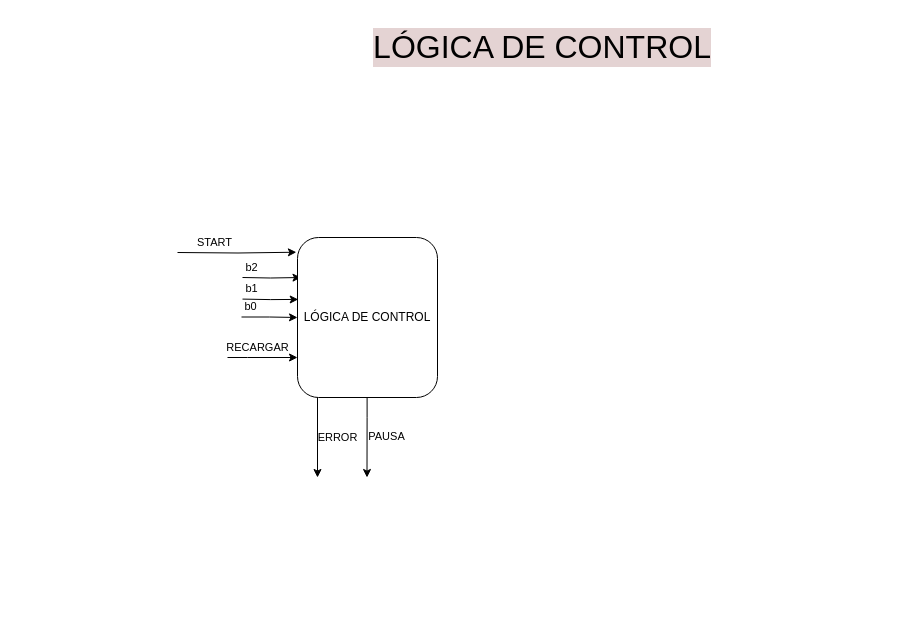
This is page "LógicaDeControl" (4 of 4) of Integrador/Integrador.drawio from albertinap/IDL, a draw.io file, before an edit. Source tidied: cells renumbered, new cells numbered last; positions are measured from the earlier drawing's top-left corner, leaving out a move shared by most shapes. Both pictures are drawn from the tidied source at 100%, with x=0, y=0 at pixel (177, 17).
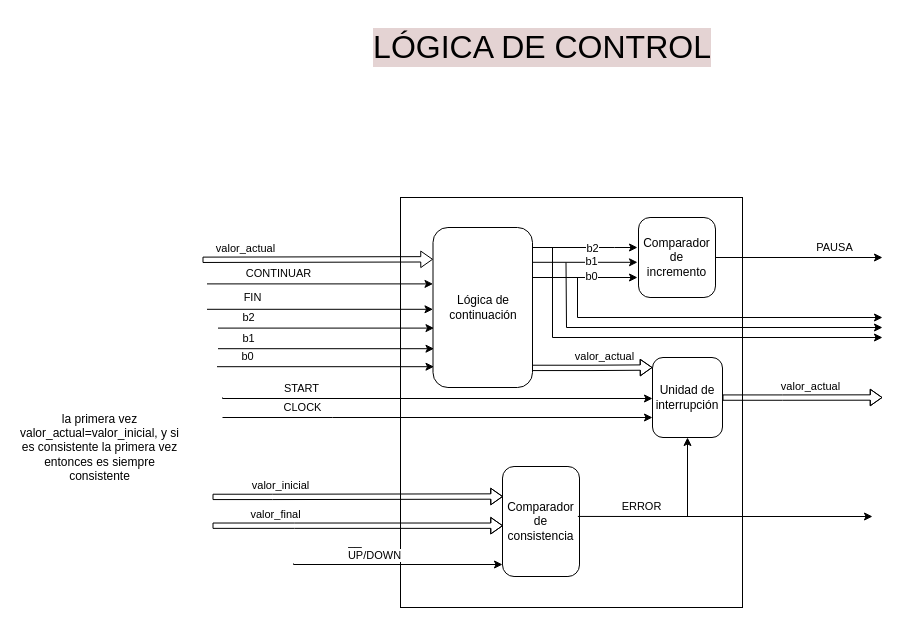
The same diagram, later.

Diff of the diagram source:
```diff
@@
-    <mxCell id="3" style="edgeStyle=orthogonalEdgeStyle;rounded=0;jettySize=auto;html=1;entryX=0.005;entryY=0.387;entryDx=0;entryDy=0;entryPerimeter=0;" parent="1" edge="1" target="8">
-      <mxGeometry relative="1" as="geometry">
-        <mxPoint x="65" y="281.6" as="sourcePoint" />
-      </mxGeometry>
-    </mxCell>
-    <mxCell id="4" value="b1" style="edgeLabel;html=1;align=center;verticalAlign=middle;" parent="3" vertex="1">
-      <mxGeometry x="-0.72" y="2" relative="1" as="geometry">
-        <mxPoint y="-9" as="offset" />
-      </mxGeometry>
-    </mxCell>
-    <mxCell id="5" style="edgeStyle=orthogonalEdgeStyle;rounded=0;jettySize=auto;html=1;entryX=0.025;entryY=0.25;entryDx=0;entryDy=0;entryPerimeter=0;" parent="1" edge="1" target="8">
-      <mxGeometry relative="1" as="geometry">
-        <mxPoint x="65" y="260" as="sourcePoint" />
-      </mxGeometry>
-    </mxCell>
-    <mxCell id="6" value="b2" style="edgeLabel;html=1;align=center;verticalAlign=middle;" parent="5" vertex="1">
-      <mxGeometry x="-0.72" y="2" relative="1" as="geometry">
-        <mxPoint y="-9" as="offset" />
-      </mxGeometry>
-    </mxCell>
+    <mxCell id="16" style="rounded=0;whiteSpace=wrap;html=1;" parent="1" vertex="1">
+      <mxGeometry x="223" y="180" width="342" height="410" as="geometry" />
+    </mxCell>
+    <mxCell id="17" style="edgeStyle=orthogonalEdgeStyle;rounded=0;orthogonalLoop=1;jettySize=auto;html=1;" parent="1" edge="1">
+      <mxGeometry relative="1" as="geometry">
+        <mxPoint x="40.5" y="331.2" as="sourcePoint" />
+        <mxPoint x="256.5" y="331.2" as="targetPoint" />
+        <Array as="points">
+          <mxPoint x="97.5" y="331.6" />
+          <mxPoint x="97.5" y="331.6" />
+        </Array>
+      </mxGeometry>
+    </mxCell>
+    <mxCell id="18" value="b1" style="edgeLabel;html=1;align=center;verticalAlign=middle;" parent="17" vertex="1">
+      <mxGeometry x="-0.72" y="2" relative="1" as="geometry">
+        <mxPoint y="-9" as="offset" />
+      </mxGeometry>
+    </mxCell>
+    <mxCell id="19" style="edgeStyle=orthogonalEdgeStyle;rounded=0;orthogonalLoop=1;jettySize=auto;html=1;" parent="1" edge="1">
+      <mxGeometry relative="1" as="geometry">
+        <mxPoint x="40.5" y="310.6" as="sourcePoint" />
+        <mxPoint x="256.5" y="310.6" as="targetPoint" />
+        <Array as="points">
+          <mxPoint x="40.5" y="310.6" />
+        </Array>
+      </mxGeometry>
+    </mxCell>
+    <mxCell id="20" value="b2" style="edgeLabel;html=1;align=center;verticalAlign=middle;" parent="19" vertex="1">
+      <mxGeometry x="-0.72" y="2" relative="1" as="geometry">
+        <mxPoint y="-9" as="offset" />
+      </mxGeometry>
+    </mxCell>
+    <mxCell id="21" value="CONTINUAR" style="endArrow=classic;html=1;rounded=0;" parent="1" edge="1">
+      <mxGeometry x="-0.37" y="10" relative="1" as="geometry">
+        <mxPoint x="29.5" y="266.4" as="sourcePoint" />
+        <mxPoint x="255.5" y="266.4" as="targetPoint" />
+        <Array as="points">
+          <mxPoint x="69.5" y="266.4" />
+        </Array>
+      </mxGeometry>
+    </mxCell>
+    <mxCell id="22" style="edgeStyle=orthogonalEdgeStyle;rounded=0;jettySize=auto;html=1;" parent="1" edge="1" target="51">
+      <mxGeometry relative="1" as="geometry">
+        <mxPoint x="45" y="380" as="sourcePoint" />
+        <Array as="points">
+          <mxPoint x="45" y="381" />
+        </Array>
+      </mxGeometry>
+    </mxCell>
+    <mxCell id="13" value="START" style="edgeLabel;html=1;align=center;verticalAlign=middle;" parent="22" vertex="1">
+      <mxGeometry x="-0.72" y="2" relative="1" as="geometry">
+        <mxPoint x="19" y="-9" as="offset" />
+      </mxGeometry>
+    </mxCell>
+    <mxCell id="23" style="edgeStyle=orthogonalEdgeStyle;rounded=0;orthogonalLoop=1;jettySize=auto;html=1;" parent="1" edge="1">
+      <mxGeometry relative="1" as="geometry">
+        <mxPoint x="39.5" y="349.2" as="sourcePoint" />
+        <mxPoint x="256.5" y="349.2" as="targetPoint" />
+        <Array as="points">
+          <mxPoint x="97.5" y="349.6" />
+          <mxPoint x="97.5" y="349.6" />
+        </Array>
+      </mxGeometry>
+    </mxCell>
+    <mxCell id="24" value="b0" style="edgeLabel;html=1;align=center;verticalAlign=middle;" parent="23" vertex="1">
+      <mxGeometry x="-0.72" y="2" relative="1" as="geometry">
+        <mxPoint y="-9" as="offset" />
+      </mxGeometry>
+    </mxCell>
+    <mxCell id="25" style="edgeStyle=orthogonalEdgeStyle;rounded=0;orthogonalLoop=1;jettySize=auto;html=1;exitX=1;exitY=0.5;exitDx=0;exitDy=0;" parent="1" edge="1">
+      <mxGeometry relative="1" as="geometry">
+        <mxPoint x="355" y="230" as="sourcePoint" />
+        <mxPoint x="460" y="230" as="targetPoint" />
+        <Array as="points">
+          <mxPoint x="437" y="230" />
+          <mxPoint x="437" y="230" />
+        </Array>
+      </mxGeometry>
+    </mxCell>
+    <mxCell id="26" value="b2" style="edgeLabel;html=1;align=center;verticalAlign=middle;" parent="25" vertex="1">
+      <mxGeometry x="0.04" relative="1" as="geometry">
+        <mxPoint x="4" as="offset" />
+      </mxGeometry>
+    </mxCell>
+    <mxCell id="27" style="edgeStyle=orthogonalEdgeStyle;rounded=0;orthogonalLoop=1;jettySize=auto;html=1;exitX=1;exitY=0.5;exitDx=0;exitDy=0;entryX=0;entryY=0.5;entryDx=0;entryDy=0;" parent="1" edge="1">
+      <mxGeometry relative="1" as="geometry">
+        <mxPoint x="355" y="260" as="sourcePoint" />
+        <mxPoint x="460" y="260" as="targetPoint" />
+      </mxGeometry>
+    </mxCell>
+    <mxCell id="28" value="b0" style="edgeLabel;html=1;align=center;verticalAlign=middle;" parent="27" vertex="1">
+      <mxGeometry x="0.01" y="1" relative="1" as="geometry">
+        <mxPoint x="5" y="-1" as="offset" />
+      </mxGeometry>
+    </mxCell>
+    <mxCell id="29" style="edgeStyle=orthogonalEdgeStyle;rounded=0;orthogonalLoop=1;jettySize=auto;html=1;exitX=1;exitY=0.5;exitDx=0;exitDy=0;entryX=0;entryY=0.5;entryDx=0;entryDy=0;" parent="1" edge="1">
+      <mxGeometry relative="1" as="geometry">
+        <mxPoint x="355" y="244.8" as="sourcePoint" />
+        <mxPoint x="460" y="244.8" as="targetPoint" />
+      </mxGeometry>
+    </mxCell>
+    <mxCell id="30" value="b1" style="edgeLabel;html=1;align=center;verticalAlign=middle;" parent="29" vertex="1">
+      <mxGeometry x="0.05" y="1" relative="1" as="geometry">
+        <mxPoint x="3" as="offset" />
+      </mxGeometry>
+    </mxCell>
+    <mxCell id="31" value="FIN" style="edgeStyle=orthogonalEdgeStyle;rounded=0;orthogonalLoop=1;jettySize=auto;html=1;" parent="1" edge="1">
+      <mxGeometry x="-0.6" y="12" relative="1" as="geometry">
+        <mxPoint x="29.5" y="291.8" as="sourcePoint" />
+        <mxPoint x="255.5" y="291.8" as="targetPoint" />
+        <Array as="points">
+          <mxPoint x="29.5" y="291.8" />
+        </Array>
+      </mxGeometry>
+    </mxCell>
+    <mxCell id="32" style="shape=flexArrow;endArrow=none;startArrow=classic;html=1;rounded=0;width=5.348837209302326;endSize=3.5813953488372094;endWidth=10.151433207138995;startWidth=10.151433207138995;startSize=3.5813953488372094;endFill=0;" parent="1" edge="1">
+      <mxGeometry relative="1" as="geometry">
+        <mxPoint x="325.5" y="479" as="sourcePoint" />
+        <mxPoint x="35" y="479.4" as="targetPoint" />
+        <Array as="points">
+          <mxPoint x="95" y="479.4" />
+        </Array>
+      </mxGeometry>
+    </mxCell>
+    <mxCell id="33" value="valor_inicial" style="edgeLabel;html=1;align=center;verticalAlign=middle;" parent="32" vertex="1">
+      <mxGeometry x="0.17" y="1" relative="1" as="geometry">
+        <mxPoint x="-53" y="-13" as="offset" />
+      </mxGeometry>
+    </mxCell>
+    <mxCell id="34" style="shape=flexArrow;endArrow=none;startArrow=classic;html=1;rounded=0;width=5.348837209302326;endSize=3.5813953488372094;endWidth=10.151433207138995;startWidth=10.151433207138995;startSize=3.5813953488372094;endFill=0;" parent="1" edge="1">
+      <mxGeometry relative="1" as="geometry">
+        <mxPoint x="325.5" y="508.2" as="sourcePoint" />
+        <mxPoint x="35" y="508.2" as="targetPoint" />
+        <Array as="points">
+          <mxPoint x="117" y="508.2" />
+        </Array>
+      </mxGeometry>
+    </mxCell>
+    <mxCell id="35" value="valor_final" style="edgeLabel;html=1;align=center;verticalAlign=middle;" parent="34" vertex="1">
+      <mxGeometry x="0.29" relative="1" as="geometry">
+        <mxPoint x="-41" y="-12" as="offset" />
+      </mxGeometry>
+    </mxCell>
+    <mxCell id="36" value="Comparador de incremento" style="rounded=1;whiteSpace=wrap;html=1;" parent="1" vertex="1">
+      <mxGeometry x="461" y="200" width="77" height="80" as="geometry" />
+    </mxCell>
-    <mxCell id="7" value="PAUSA" style="edgeStyle=orthogonalEdgeStyle;rounded=0;orthogonalLoop=1;jettySize=auto;html=1;exitX=0.5;exitY=1;exitDx=0;exitDy=0;" parent="1" edge="1">
-      <mxGeometry x="0.01" y="19" relative="1" as="geometry">
-        <mxPoint x="189.6" y="380" as="sourcePoint" />
-        <mxPoint x="189.5" y="460" as="targetPoint" />
-        <Array as="points">
-          <mxPoint x="189.6" y="400" />
-          <mxPoint x="189.6" y="400" />
-        </Array>
-        <mxPoint y="-1" as="offset" />
+    <mxCell id="7" value="PAUSA" style="endArrow=classic;html=1;rounded=0;" parent="1" edge="1" source="36">
+      <mxGeometry x="0.42" y="10" relative="1" as="geometry">
+        <mxPoint x="705" y="240" as="targetPoint" />
       </mxGeometry>
     </mxCell>
-    <mxCell id="8" value="LÓGICA DE CONTROL" style="rounded=1;whiteSpace=wrap;html=1;" parent="1" vertex="1">
-      <mxGeometry x="120" y="220" width="140" height="160" as="geometry" />
-    </mxCell>
+    <mxCell id="37" value="Comparador de consistencia" style="rounded=1;whiteSpace=wrap;html=1;" parent="1" vertex="1">
+      <mxGeometry x="325" y="449" width="77" height="110" as="geometry" />
+    </mxCell>
+    <mxCell id="38" style="group;" parent="1" vertex="1">
+      <mxGeometry x="116" y="509" width="92" height="38" as="geometry" />
+    </mxCell>
+    <mxCell id="39" style="edgeStyle=orthogonalEdgeStyle;rounded=0;jettySize=auto;html=1;" parent="38" edge="1" target="37">
+      <mxGeometry relative="1" as="geometry">
+        <mxPoint y="37" as="sourcePoint" />
+        <Array as="points">
+          <mxPoint x="0.5" y="38" />
+        </Array>
+      </mxGeometry>
+    </mxCell>
+    <mxCell id="40" value="UP/DOWN" style="edgeLabel;html=1;align=center;verticalAlign=middle;" parent="39" vertex="1">
+      <mxGeometry x="-0.72" y="2" relative="1" as="geometry">
+        <mxPoint x="52" y="-8" as="offset" />
+      </mxGeometry>
+    </mxCell>
+    <mxCell id="41" value="__" style="text;html=1;align=center;verticalAlign=middle;whiteSpace=wrap;rounded=0;" parent="38" vertex="1">
+      <mxGeometry x="32" width="60" height="30" as="geometry" />
+    </mxCell>
+    <mxCell id="42" value="Lógica de continuación" style="rounded=1;whiteSpace=wrap;html=1;" parent="1" vertex="1">
+      <mxGeometry x="255.5" y="210" width="99.5" height="160" as="geometry" />
+    </mxCell>
+    <mxCell id="43" style="shape=flexArrow;endArrow=none;startArrow=classic;html=1;rounded=0;width=5.348837209302326;endSize=3.5813953488372094;endWidth=10.151433207138995;startWidth=10.151433207138995;startSize=3.5813953488372094;endFill=0;" parent="1" edge="1">
+      <mxGeometry relative="1" as="geometry">
+        <mxPoint x="255.5" y="241.8" as="sourcePoint" />
+        <mxPoint x="25" y="242" as="targetPoint" />
+        <Array as="points">
+          <mxPoint x="25" y="242.3" />
+        </Array>
+      </mxGeometry>
+    </mxCell>
+    <mxCell id="44" value="valor_actual" style="edgeLabel;html=1;align=center;verticalAlign=middle;" parent="43" vertex="1">
+      <mxGeometry x="0.17" y="1" relative="1" as="geometry">
+        <mxPoint x="-53" y="-13" as="offset" />
+      </mxGeometry>
+    </mxCell>
+    <mxCell id="45" style="shape=flexArrow;endArrow=none;startArrow=classic;html=1;rounded=0;width=5.348837209302326;endSize=3.5813953488372094;endWidth=10.151433207138995;startWidth=10.151433207138995;startSize=3.5813953488372094;endFill=0;" parent="1" edge="1">
+      <mxGeometry relative="1" as="geometry">
+        <mxPoint x="475" y="350" as="sourcePoint" />
+        <mxPoint x="354.5" y="350.4" as="targetPoint" />
+        <Array as="points">
+          <mxPoint x="414.5" y="350.4" />
+        </Array>
+      </mxGeometry>
+    </mxCell>
+    <mxCell id="46" value="valor_actual" style="edgeLabel;html=1;align=center;verticalAlign=middle;" parent="45" vertex="1">
+      <mxGeometry x="0.17" y="1" relative="1" as="geometry">
+        <mxPoint x="21" y="-13" as="offset" />
+      </mxGeometry>
+    </mxCell>
+    <mxCell id="47" value="la primera vez valor_actual=valor_inicial, y si es consistente la primera vez entonces es siempre consistente" style="text;html=1;align=center;verticalAlign=middle;whiteSpace=wrap;rounded=0;" parent="1" vertex="1">
+      <mxGeometry x="-160" y="390" width="165" height="80" as="geometry" />
+    </mxCell>
+    <mxCell id="48" style="endArrow=classic;html=1;rounded=0;" parent="1" edge="1">
+      <mxGeometry relative="1" as="geometry">
+        <mxPoint x="375" y="230" as="sourcePoint" />
+        <mxPoint x="705" y="320" as="targetPoint" />
+        <Array as="points">
+          <mxPoint x="375" y="320" />
+        </Array>
+      </mxGeometry>
+    </mxCell>
+    <mxCell id="49" style="endArrow=classic;html=1;rounded=0;" parent="1" edge="1">
+      <mxGeometry relative="1" as="geometry">
+        <mxPoint x="388.5" y="245" as="sourcePoint" />
+        <mxPoint x="705" y="310" as="targetPoint" />
+        <Array as="points">
+          <mxPoint x="389" y="310" />
+        </Array>
+      </mxGeometry>
+    </mxCell>
+    <mxCell id="50" style="endArrow=classic;html=1;rounded=0;" parent="1" edge="1">
+      <mxGeometry relative="1" as="geometry">
+        <mxPoint x="400" y="260" as="sourcePoint" />
+        <mxPoint x="705" y="300" as="targetPoint" />
+        <Array as="points">
+          <mxPoint x="400" y="300" />
+        </Array>
+      </mxGeometry>
+    </mxCell>
-    <mxCell id="9" value="ERROR" style="edgeStyle=orthogonalEdgeStyle;rounded=0;orthogonalLoop=1;jettySize=auto;html=1;exitX=0;exitY=1;exitDx=0;exitDy=0;" parent="1" edge="1">
-      <mxGeometry y="20" relative="1" as="geometry">
-        <mxPoint x="140" y="380" as="sourcePoint" />
-        <mxPoint x="140" y="460" as="targetPoint" />
+    <mxCell id="9" value="ERROR" style="endArrow=classic;html=1;rounded=0;exitX=0.979;exitY=0.454;exitDx=0;exitDy=0;exitPerimeter=0;" parent="1" edge="1" source="37" target="51">
+      <mxGeometry x="-0.32" y="10" relative="1" as="geometry">
         <Array as="points">
-          <mxPoint x="140" y="460" />
-          <mxPoint x="140" y="460" />
+          <mxPoint x="510" y="499" />
         </Array>
       </mxGeometry>
     </mxCell>
-    <mxCell id="10" style="edgeStyle=orthogonalEdgeStyle;rounded=0;jettySize=auto;html=1;entryX=0;entryY=0.75;entryDx=0;entryDy=0;" parent="1" edge="1" target="8">
-      <mxGeometry relative="1" as="geometry">
-        <mxPoint x="50" y="340" as="sourcePoint" />
-        <Array as="points">
-          <mxPoint x="70" y="340" />
-          <mxPoint x="70" y="340" />
-        </Array>
-      </mxGeometry>
-    </mxCell>
-    <mxCell id="11" value="RECARGAR" style="edgeLabel;html=1;align=center;verticalAlign=middle;" parent="10" vertex="1">
-      <mxGeometry x="-0.72" y="2" relative="1" as="geometry">
-        <mxPoint x="19" y="-9" as="offset" />
-      </mxGeometry>
-    </mxCell>
-    <mxCell id="12" style="edgeStyle=orthogonalEdgeStyle;rounded=0;jettySize=auto;html=1;entryX=-0.008;entryY=0.092;entryDx=0;entryDy=0;entryPerimeter=0;" parent="1" edge="1" target="8">
-      <mxGeometry relative="1" as="geometry">
-        <mxPoint y="235" as="sourcePoint" />
-      </mxGeometry>
-    </mxCell>
-    <mxCell id="13" value="START" style="edgeLabel;html=1;align=center;verticalAlign=middle;" parent="12" vertex="1">
-      <mxGeometry x="-0.72" y="2" relative="1" as="geometry">
-        <mxPoint x="19" y="-9" as="offset" />
-      </mxGeometry>
-    </mxCell>
-    <mxCell id="14" style="edgeStyle=orthogonalEdgeStyle;rounded=0;orthogonalLoop=1;jettySize=auto;html=1;entryX=0.005;entryY=0.387;entryDx=0;entryDy=0;entryPerimeter=0;" parent="1" edge="1">
-      <mxGeometry relative="1" as="geometry">
-        <mxPoint x="64" y="299.5" as="sourcePoint" />
-        <mxPoint x="120" y="300" as="targetPoint" />
-        <Array as="points">
-          <mxPoint x="92" y="300" />
-        </Array>
-      </mxGeometry>
-    </mxCell>
-    <mxCell id="15" value="b0" style="edgeLabel;html=1;align=center;verticalAlign=middle;" parent="14" vertex="1">
-      <mxGeometry x="-0.72" y="2" relative="1" as="geometry">
-        <mxPoint y="-9" as="offset" />
-      </mxGeometry>
-    </mxCell>
+    <mxCell id="51" value="Unidad de interrupción" style="rounded=1;whiteSpace=wrap;html=1;" parent="1" vertex="1">
+      <mxGeometry x="475" y="340" width="70" height="80" as="geometry" />
+    </mxCell>
+    <mxCell id="52" style="endArrow=classic;html=1;rounded=0;" parent="1" edge="1">
+      <mxGeometry relative="1" as="geometry">
+        <mxPoint x="505" y="499" as="sourcePoint" />
+        <mxPoint x="695" y="499" as="targetPoint" />
+      </mxGeometry>
+    </mxCell>
+    <mxCell id="53" style="edgeStyle=orthogonalEdgeStyle;rounded=0;jettySize=auto;html=1;" parent="1" edge="1" target="51">
+      <mxGeometry relative="1" as="geometry">
+        <mxPoint x="45" y="400" as="sourcePoint" />
+        <Array as="points">
+          <mxPoint x="155" y="400" />
+          <mxPoint x="155" y="400" />
+        </Array>
+      </mxGeometry>
+    </mxCell>
+    <mxCell id="54" value="CLOCK" style="edgeLabel;html=1;align=center;verticalAlign=middle;" parent="53" vertex="1">
+      <mxGeometry x="-0.72" y="2" relative="1" as="geometry">
+        <mxPoint x="19" y="-9" as="offset" />
+      </mxGeometry>
+    </mxCell>
+    <mxCell id="55" style="shape=flexArrow;endArrow=none;startArrow=classic;html=1;rounded=0;width=5.348837209302326;endSize=3.5813953488372094;endWidth=10.151433207138995;startWidth=10.151433207138995;startSize=3.5813953488372094;endFill=0;" parent="1" edge="1">
+      <mxGeometry relative="1" as="geometry">
+        <mxPoint x="705" y="380" as="sourcePoint" />
+        <mxPoint x="545" y="380.1" as="targetPoint" />
+        <Array as="points">
+          <mxPoint x="605" y="380.1" />
+        </Array>
+      </mxGeometry>
+    </mxCell>
+    <mxCell id="56" value="valor_actual" style="edgeLabel;html=1;align=center;verticalAlign=middle;" parent="55" vertex="1">
+      <mxGeometry x="0.17" y="1" relative="1" as="geometry">
+        <mxPoint x="21" y="-13" as="offset" />
+      </mxGeometry>
+    </mxCell>
```
